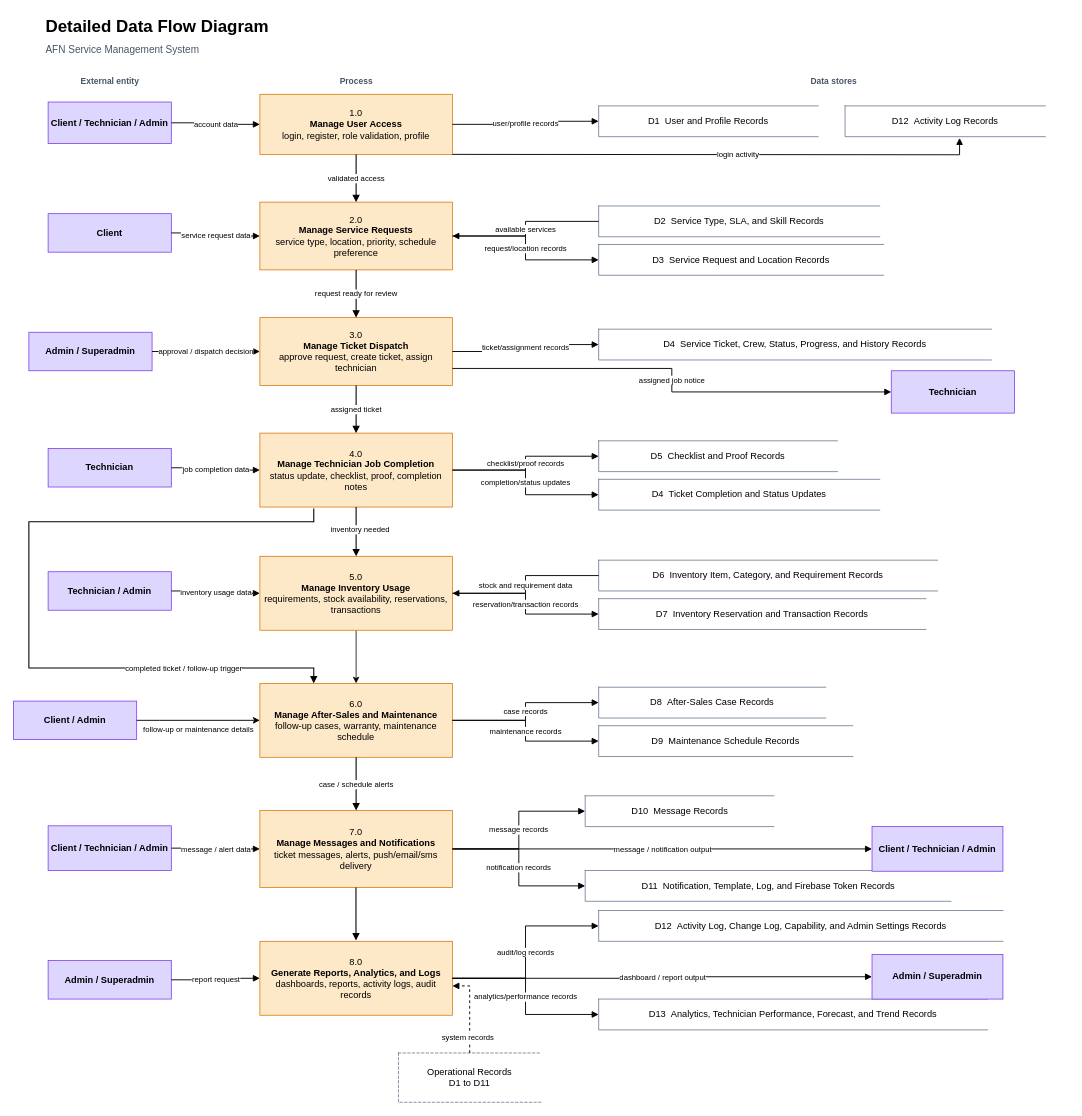
Above: docs/models/AFN_DETAILED_DFD_STRUCTURED.drawio in JH1Npop/capstone-current (draw.io), before the change. Source tidied: cells renumbered, new cells numbered last; positions are measured from the earlier drawing's top-left corner, leaving out a move shared by most shapes. Both pictures are drawn from the tidied source at 77%, with x=0, y=0 at pixel (13, 13).
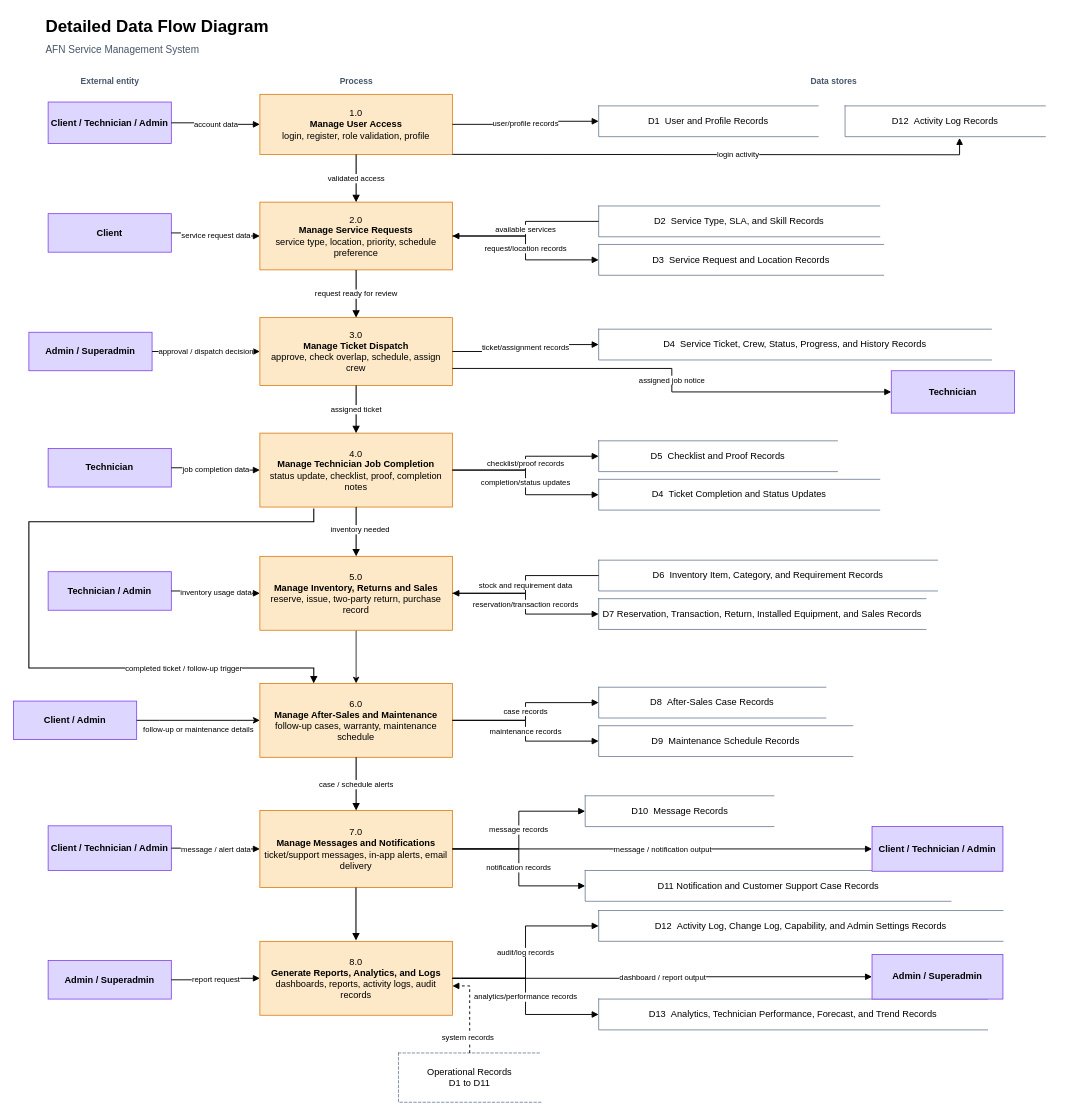
Above is the later version.

Change to the diagram source:
```diff
@@
-    <mxCell id="16" value="3.0&lt;br&gt;&lt;b&gt;Manage Ticket Dispatch&lt;/b&gt;&lt;br&gt;approve request, create ticket, assign technician" style="rounded=0;whiteSpace=wrap;html=1;fillColor=#fde8c8;strokeColor=#d97706;fontSize=12;" parent="1" vertex="1">
+    <mxCell id="16" value="3.0&lt;br&gt;&lt;b&gt;Manage Ticket Dispatch&lt;/b&gt;&lt;br&gt;approve, check overlap, schedule, assign crew" style="rounded=0;whiteSpace=wrap;html=1;fillColor=#fde8c8;strokeColor=#d97706;fontSize=12;" parent="1" vertex="1">
       <mxGeometry x="320" y="395" width="250" height="88" as="geometry" />
     </mxCell>
@@
-    <mxCell id="25" value="5.0&lt;br&gt;&lt;b&gt;Manage Inventory Usage&lt;/b&gt;&lt;br&gt;requirements, stock availability, reservations, transactions" style="rounded=0;whiteSpace=wrap;html=1;fillColor=#fde8c8;strokeColor=#d97706;fontSize=12;" parent="1" vertex="1">
+    <mxCell id="25" value="5.0&lt;br&gt;&lt;b&gt;Manage Inventory, Returns and Sales&lt;/b&gt;&lt;br&gt;reserve, issue, two-party return, purchase record" style="rounded=0;whiteSpace=wrap;html=1;fillColor=#fde8c8;strokeColor=#d97706;fontSize=12;" parent="1" vertex="1">
       <mxGeometry x="320" y="705" width="250" height="96" as="geometry" />
     </mxCell>
@@
-    <mxCell id="27" value="D7  Inventory Reservation and Transaction Records" style="shape=partialRectangle;whiteSpace=wrap;html=1;right=0;fillColor=#ffffff;strokeColor=#64748b;fontSize=12;" parent="1" vertex="1">
+    <mxCell id="27" value="D7  Reservation, Transaction, Return, Installed Equipment, and Sales Records" style="shape=partialRectangle;whiteSpace=wrap;html=1;right=0;fillColor=#ffffff;strokeColor=#64748b;fontSize=12;" parent="1" vertex="1">
       <mxGeometry x="760" y="760" width="425" height="40" as="geometry" />
     </mxCell>
@@
-    <mxCell id="33" value="7.0&lt;br&gt;&lt;b&gt;Manage Messages and Notifications&lt;/b&gt;&lt;br&gt;ticket messages, alerts, push/email/sms delivery" style="rounded=0;whiteSpace=wrap;html=1;fillColor=#fde8c8;strokeColor=#d97706;fontSize=12;" parent="1" vertex="1">
+    <mxCell id="33" value="7.0&lt;br&gt;&lt;b&gt;Manage Messages and Notifications&lt;/b&gt;&lt;br&gt;ticket/support messages, in-app alerts, email delivery" style="rounded=0;whiteSpace=wrap;html=1;fillColor=#fde8c8;strokeColor=#d97706;fontSize=12;" parent="1" vertex="1">
       <mxGeometry x="320" y="1035" width="250" height="100" as="geometry" />
     </mxCell>
@@
-    <mxCell id="35" value="D11  Notification, Template, Log, and Firebase Token Records" style="shape=partialRectangle;whiteSpace=wrap;html=1;right=0;fillColor=#ffffff;strokeColor=#64748b;fontSize=12;" parent="1" vertex="1">
+    <mxCell id="35" value="D11  Notification and Customer Support Case Records" style="shape=partialRectangle;whiteSpace=wrap;html=1;right=0;fillColor=#ffffff;strokeColor=#64748b;fontSize=12;" parent="1" vertex="1">
       <mxGeometry x="742.5" y="1113" width="475" height="40" as="geometry" />
     </mxCell>
```
